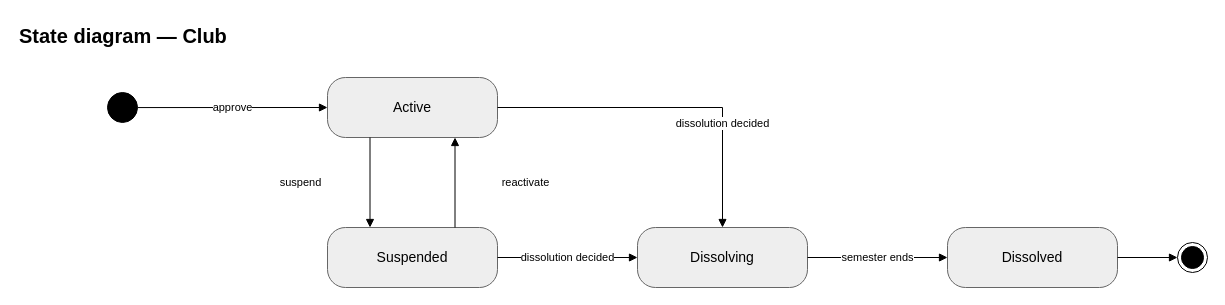
Above: page "Club" (2 of 9) of docs/03-diagrams/UCMS_State_Diagrams.drawio in nvdekay/ClubManagementSystem (draw.io), before the change. Source tidied: cells renumbered, new cells numbered last; positions are measured from the earlier drawing's top-left corner, leaving out a move shared by most shapes. Both pictures are drawn from the tidied source at 100%, with x=0, y=0 at pixel (17, 17).
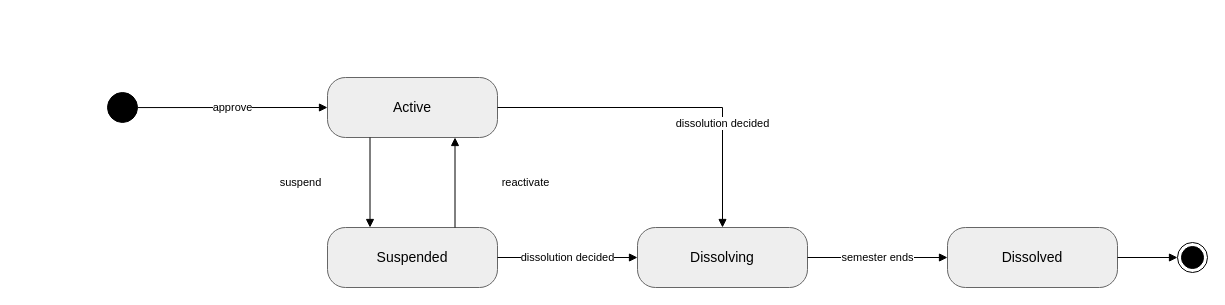
The same page after the edit.

Change to the diagram source:
```diff
@@
 <mxGraphModel background="#ffffff">
   <root>
     <mxCell id="0" />
     <mxCell id="1" parent="0" />
-    <mxCell id="2" value="State diagram — Club" style="text;html=1;fontSize=20;fontStyle=1;" parent="1" vertex="1">
-      <mxGeometry width="600" height="30" as="geometry" />
-    </mxCell>
     <mxCell id="3" value="Active" style="rounded=1;arcSize=30;whiteSpace=wrap;html=1;fillColor=#eeeeee;strokeColor=#666666;fontSize=14;" parent="1" vertex="1">
       <mxGeometry x="310" y="60" width="170" height="60" as="geometry" />
     </mxCell>
     <mxCell id="4" value="Suspended" style="rounded=1;arcSize=30;whiteSpace=wrap;html=1;fillColor=#eeeeee;strokeColor=#666666;fontSize=14;" parent="1" vertex="1">
       <mxGeometry x="310" y="210" width="170" height="60" as="geometry" />
     </mxCell>
     <mxCell id="5" value="Dissolving" style="rounded=1;arcSize=30;whiteSpace=wrap;html=1;fillColor=#eeeeee;strokeColor=#666666;fontSize=14;" parent="1" vertex="1">
       <mxGeometry x="620" y="210" width="170" height="60" as="geometry" />
     </mxCell>
     <mxCell id="6" value="Dissolved" style="rounded=1;arcSize=30;whiteSpace=wrap;html=1;fillColor=#eeeeee;strokeColor=#666666;fontSize=14;" parent="1" vertex="1">
       <mxGeometry x="930" y="210" width="170" height="60" as="geometry" />
     </mxCell>
     <mxCell id="7" style="ellipse;html=1;fillColor=#000000;strokeColor=#000000;" parent="1" vertex="1">
       <mxGeometry x="90" y="75" width="30" height="30" as="geometry" />
     </mxCell>
     <mxCell id="8" value="approve" style="endArrow=block;endFill=1;html=1;rounded=0;fontSize=11;labelBackgroundColor=#ffffff;" parent="1" edge="1" source="7" target="3">
       <mxGeometry relative="1" as="geometry" />
     </mxCell>
     <mxCell id="9" style="ellipse;html=1;shape=endState;fillColor=#000000;strokeColor=#000000;" parent="1" vertex="1">
       <mxGeometry x="1160" y="225" width="30" height="30" as="geometry" />
     </mxCell>
     <mxCell id="10" style="endArrow=block;endFill=1;html=1;rounded=0;fontSize=11;labelBackgroundColor=#ffffff;" parent="1" edge="1" source="6" target="9">
       <mxGeometry relative="1" as="geometry" />
     </mxCell>
     <mxCell id="11" value="suspend" style="endArrow=block;endFill=1;html=1;rounded=0;fontSize=11;labelBackgroundColor=#ffffff;exitX=0.25;exitY=1;entryX=0.25;entryY=0;" parent="1" edge="1" source="3" target="4">
       <mxGeometry relative="1" as="geometry">
         <mxPoint x="-70" as="offset" />
       </mxGeometry>
     </mxCell>
     <mxCell id="12" value="reactivate" style="endArrow=block;endFill=1;html=1;rounded=0;fontSize=11;labelBackgroundColor=#ffffff;exitX=0.75;exitY=0;entryX=0.75;entryY=1;" parent="1" edge="1" source="4" target="3">
       <mxGeometry relative="1" as="geometry">
         <mxPoint x="70" as="offset" />
       </mxGeometry>
     </mxCell>
     <mxCell id="13" value="dissolution decided" style="endArrow=block;endFill=1;html=1;rounded=0;fontSize=11;labelBackgroundColor=#ffffff;edgeStyle=orthogonalEdgeStyle;exitX=1;exitY=0.5;exitDx=0;exitDy=0;entryX=0.5;entryY=0;entryDx=0;entryDy=0;" parent="1" edge="1" source="3" target="5">
       <mxGeometry x="0.4" relative="1" as="geometry" />
     </mxCell>
     <mxCell id="14" value="dissolution decided" style="endArrow=block;endFill=1;html=1;rounded=0;fontSize=11;labelBackgroundColor=#ffffff;" parent="1" edge="1" source="4" target="5">
       <mxGeometry relative="1" as="geometry" />
     </mxCell>
     <mxCell id="15" value="semester ends" style="endArrow=block;endFill=1;html=1;rounded=0;fontSize=11;labelBackgroundColor=#ffffff;" parent="1" edge="1" source="5" target="6">
       <mxGeometry relative="1" as="geometry" />
     </mxCell>
   </root>
 </mxGraphModel>
```
